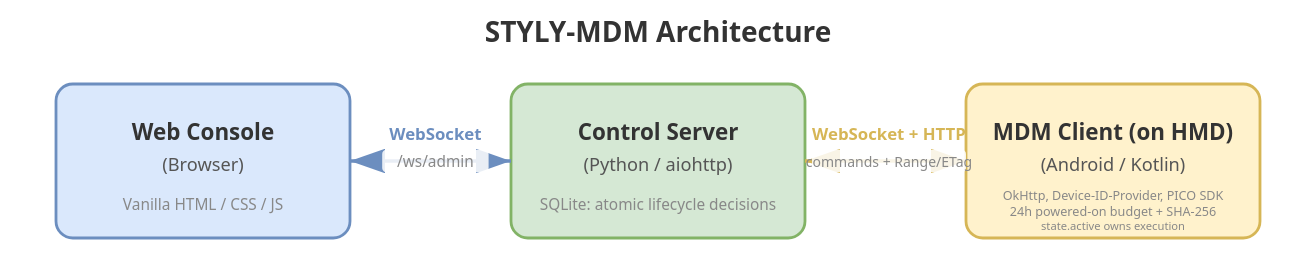
The draw.io diagram docs/architecture.drawio.svg in styly-dev/STYLY-MDM, before a commit. Source tidied: cells renumbered, new cells last; positions are measured from the earlier drawing's top-left corner, leaving out a move shared by most shapes.
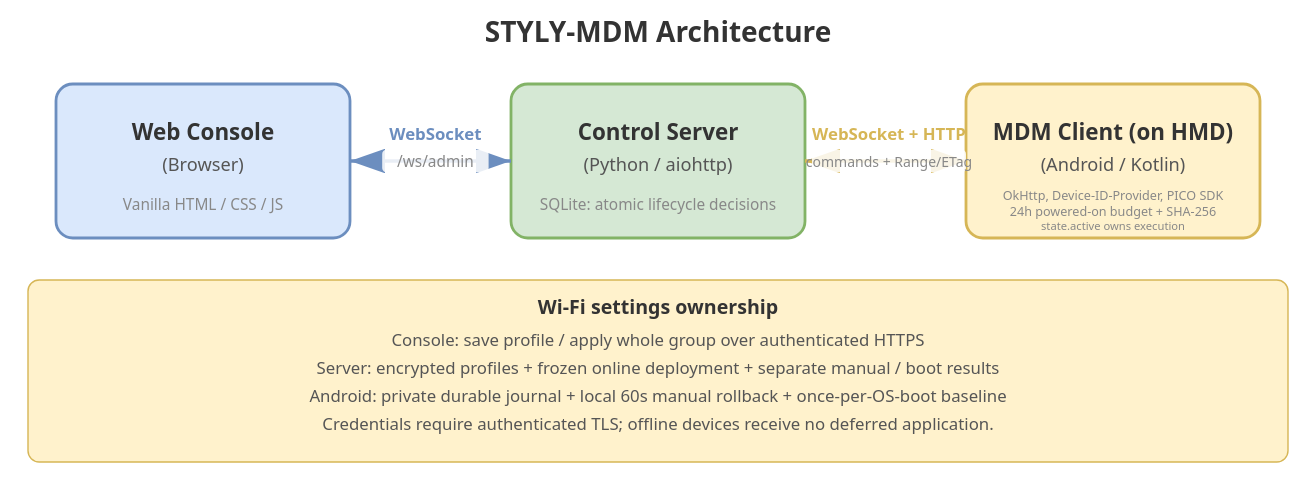
Above is the later version.

Diff of the diagram source:
```diff
@@ -44,5 +44,8 @@
     <mxCell id="15" value="&lt;font style=&quot;font-size:16px&quot;&gt;&lt;b&gt;STYLY-MDM Architecture&lt;/b&gt;&lt;/font&gt;" style="text;html=1;align=center;verticalAlign=middle;" parent="1" vertex="1">
       <mxGeometry x="310" width="240" height="40" as="geometry" />
     </mxCell>
+    <mxCell id="16" value="&lt;b&gt;Wi-Fi settings ownership&lt;/b&gt;&lt;br&gt;Console: save profile / apply whole group over authenticated HTTPS&lt;br&gt;Server: encrypted profiles + frozen online deployment + separate manual / boot results&lt;br&gt;Android: private durable journal + local 60s manual rollback + once-per-OS-boot baseline&lt;br&gt;Credentials require authenticated TLS; offline devices receive no deferred application." style="rounded=1;whiteSpace=wrap;html=1;fillColor=#fff2cc;strokeColor=#d6b656;fontSize=12;align=center;" parent="1" vertex="1">
+      <mxGeometry x="-20" y="180" width="900" height="130" as="geometry" />
+    </mxCell>
   </root>
 </mxGraphModel>
```
